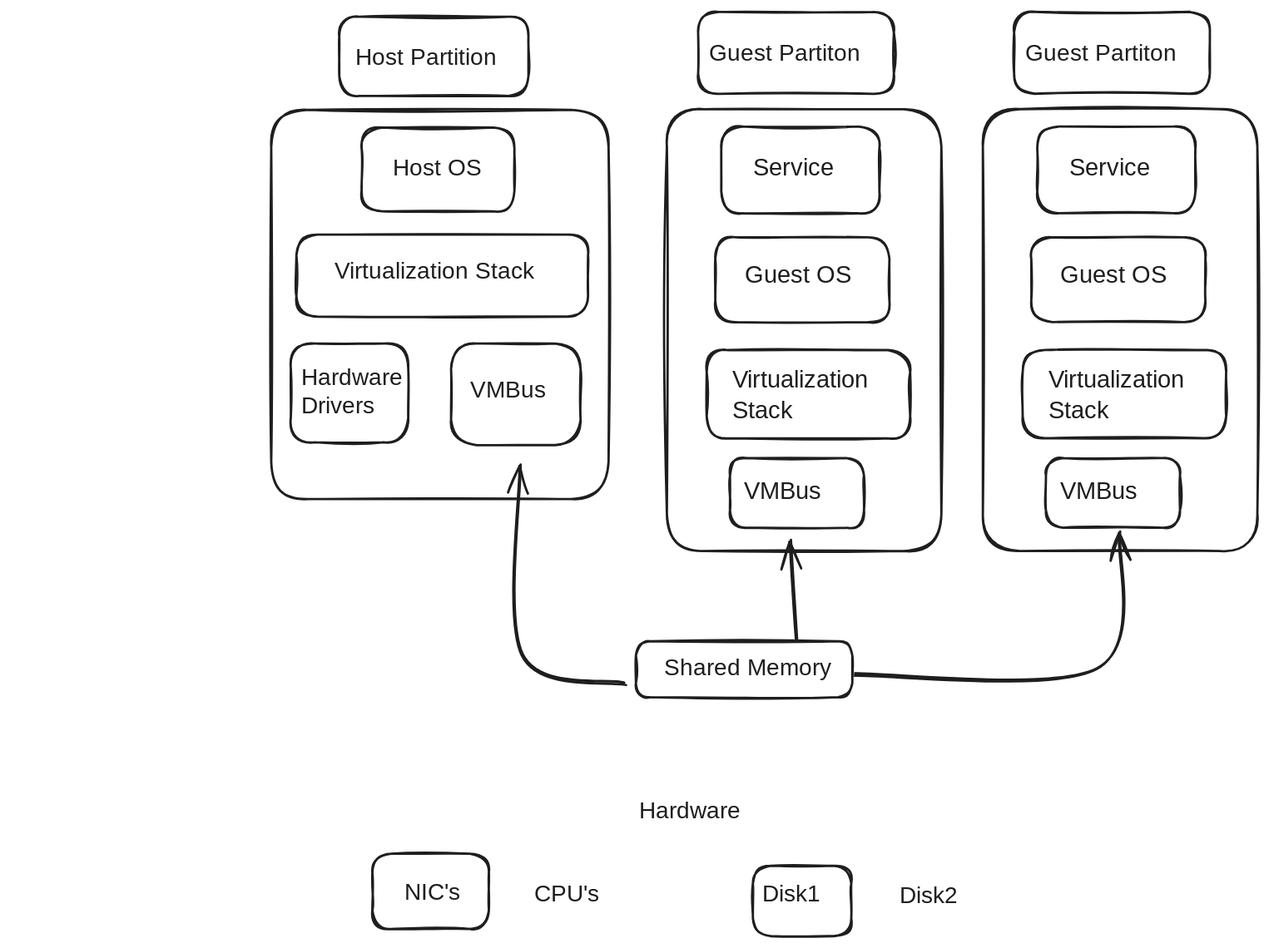
P7XCKD/NF keeps this Excalidraw diagram as Notes Factory/Semister 5/CLD/qb/rough.excalidraw.svg. Above is the earlier version. Source tidied: one line per element, renumbered; positions are measured from the earlier drawing's top-left corner, leaving out a move shared by most shapes.
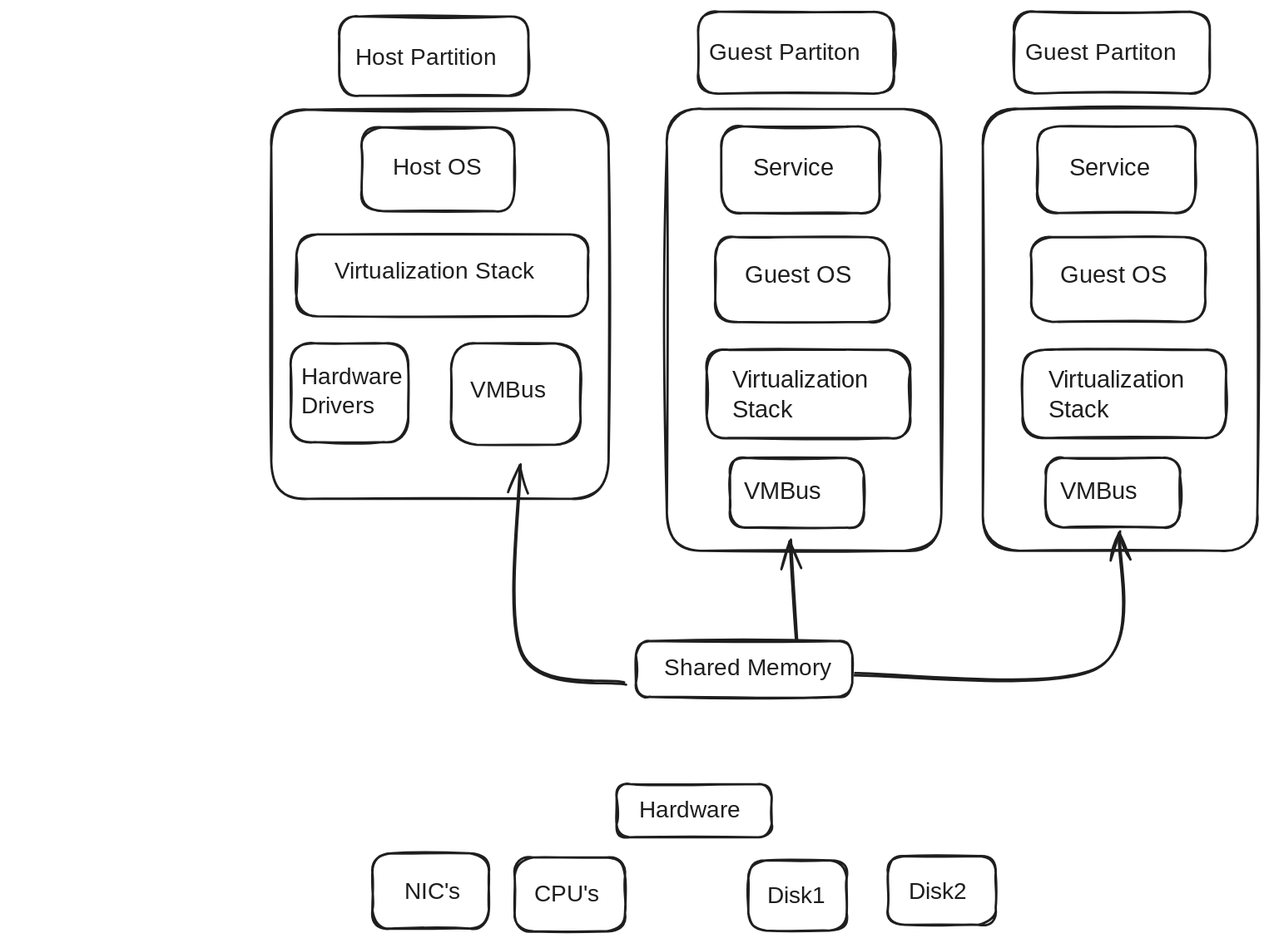
After the commit.

Change to the diagram source:
```diff
@@ -1,5 +1,4 @@
-{"id": 0, "type": "rectangle", "strokeColor": "#1e1e1e", "backgroundColor": "#ffffff", "fillStyle": "solid", "strokeWidth": 2, "roughness": 1, "round": true, "x": 414, "y": 734, "width": 84, "height": 60}
-{"id": 1, "type": "rectangle", "strokeColor": "#1e1e1e", "backgroundColor": "#ffffff", "fillStyle": "solid", "strokeWidth": 2, "roughness": 1, "round": true, "x": 87, "y": 723, "width": 100, "height": 65}
+{"id": 45, "type": "rectangle", "strokeColor": "#1e1e1e", "backgroundColor": "#ffffff", "fillStyle": "solid", "strokeWidth": 2, "roughness": 1, "round": true, "x": 296, "y": 664, "width": 133, "height": 46}
 {"id": 2, "type": "text", "text": "Host Partition", "strokeColor": "#1e1e1e", "strokeWidth": 2, "roughness": 1, "fontSize": 20, "fontFamily": 5, "x": 72, "y": 28, "width": 141, "height": 25}
 {"id": 3, "type": "text", "text": "Host OS", "strokeColor": "#1e1e1e", "strokeWidth": 2, "roughness": 1, "fontSize": 20, "fontFamily": 5, "x": 104, "y": 123, "width": 82, "height": 25}
 {"id": 4, "type": "text", "text": "Virtualization Stack", "strokeColor": "#1e1e1e", "strokeWidth": 2, "roughness": 1, "fontSize": 20, "fontFamily": 5, "x": 54, "y": 211, "width": 194, "height": 25}
@@ -39,7 +38,11 @@
 {"id": 38, "type": "rectangle", "strokeColor": "#1e1e1e", "backgroundColor": "#ffffff", "fillStyle": "solid", "strokeWidth": 2, "roughness": 1, "round": true, "x": 313, "y": 541, "width": 186, "height": 48}
 {"id": 39, "type": "text", "text": "Shared Memory", "strokeColor": "#1e1e1e", "strokeWidth": 2, "roughness": 1, "fontSize": 20, "fontFamily": 5, "x": 337, "y": 552, "width": 146, "height": 25}
 {"id": 40, "type": "text", "text": "Hardware", "strokeColor": "#1e1e1e", "backgroundColor": "#ffffff", "fillStyle": "solid", "strokeWidth": 2, "roughness": 1, "fontSize": 20, "fontFamily": 5, "x": 316, "y": 675, "width": 87, "height": 25}
+{"id": 46, "type": "rectangle", "strokeColor": "#1e1e1e", "backgroundColor": "#ffffff", "fillStyle": "solid", "strokeWidth": 2, "roughness": 1, "round": true, "x": 529, "y": 726, "width": 93, "height": 59}
+{"id": 47, "type": "rectangle", "strokeColor": "#1e1e1e", "backgroundColor": "#ffffff", "fillStyle": "solid", "strokeWidth": 2, "roughness": 1, "round": true, "x": 209, "y": 727, "width": 95, "height": 64}
+{"id": 0, "type": "rectangle", "strokeColor": "#1e1e1e", "backgroundColor": "#ffffff", "fillStyle": "solid", "strokeWidth": 2, "roughness": 1, "round": true, "x": 410, "y": 729, "width": 84, "height": 60}
+{"id": 1, "type": "rectangle", "strokeColor": "#1e1e1e", "backgroundColor": "#ffffff", "fillStyle": "solid", "strokeWidth": 2, "roughness": 1, "round": true, "x": 87, "y": 723, "width": 100, "height": 65}
 {"id": 41, "type": "text", "text": "NIC's", "strokeColor": "#1e1e1e", "backgroundColor": "#ffffff", "fillStyle": "solid", "strokeWidth": 2, "roughness": 1, "fontSize": 20, "fontFamily": 8, "x": 114, "y": 745, "width": 55, "height": 25}
 {"id": 42, "type": "text", "text": "CPU's", "strokeColor": "#1e1e1e", "backgroundColor": "#ffffff", "fillStyle": "solid", "strokeWidth": 2, "roughness": 1, "fontSize": 20, "fontFamily": 5, "x": 226, "y": 747, "width": 56, "height": 25}
-{"id": 43, "type": "text", "text": "Disk1", "strokeColor": "#1e1e1e", "backgroundColor": "#ffffff", "fillStyle": "solid", "strokeWidth": 2, "roughness": 1, "fontSize": 20, "fontFamily": 5, "x": 422, "y": 747, "width": 51, "height": 25}
+{"id": 43, "type": "text", "text": "Disk1", "strokeColor": "#1e1e1e", "backgroundColor": "#ffffff", "fillStyle": "solid", "strokeWidth": 2, "roughness": 1, "fontSize": 20, "fontFamily": 5, "x": 426, "y": 748, "width": 51, "height": 25}
-{"id": 44, "type": "text", "text": "Disk2", "strokeColor": "#1e1e1e", "backgroundColor": "#ffffff", "fillStyle": "solid", "strokeWidth": 2, "roughness": 1, "fontSize": 20, "fontFamily": 5, "x": 540, "y": 748, "width": 56, "height": 25}
+{"id": 44, "type": "text", "text": "Disk2", "strokeColor": "#1e1e1e", "backgroundColor": "#ffffff", "fillStyle": "solid", "strokeWidth": 2, "roughness": 1, "fontSize": 20, "fontFamily": 5, "x": 548, "y": 745, "width": 56, "height": 25}
```
